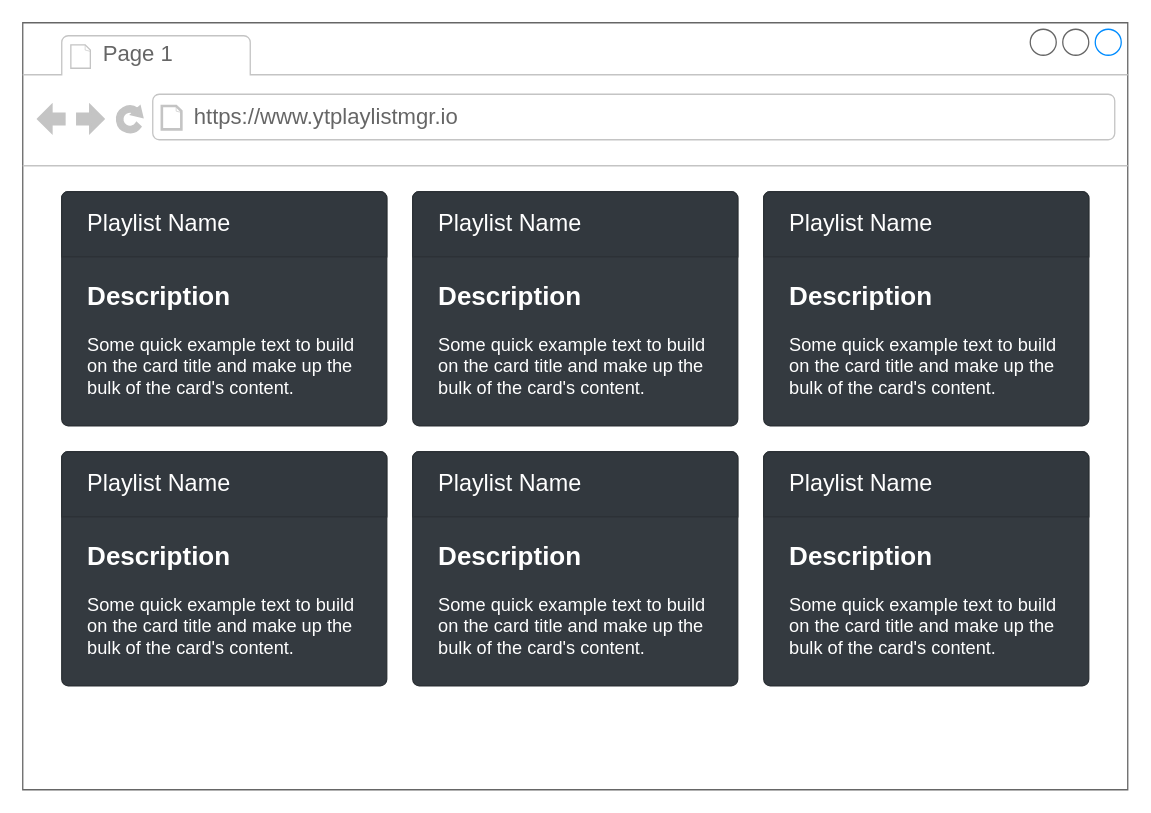
Above: page "Home" (1 of 2) of Untitled Diagram.drawio in surajsharma/Designs (draw.io), before the change. Source tidied: cells renumbered, new cells numbered last; positions are measured from the earlier drawing's top-left corner, leaving out a move shared by most shapes. Both pictures are drawn from the tidied source at 130%, with x=0, y=0 at pixel (22, 22).
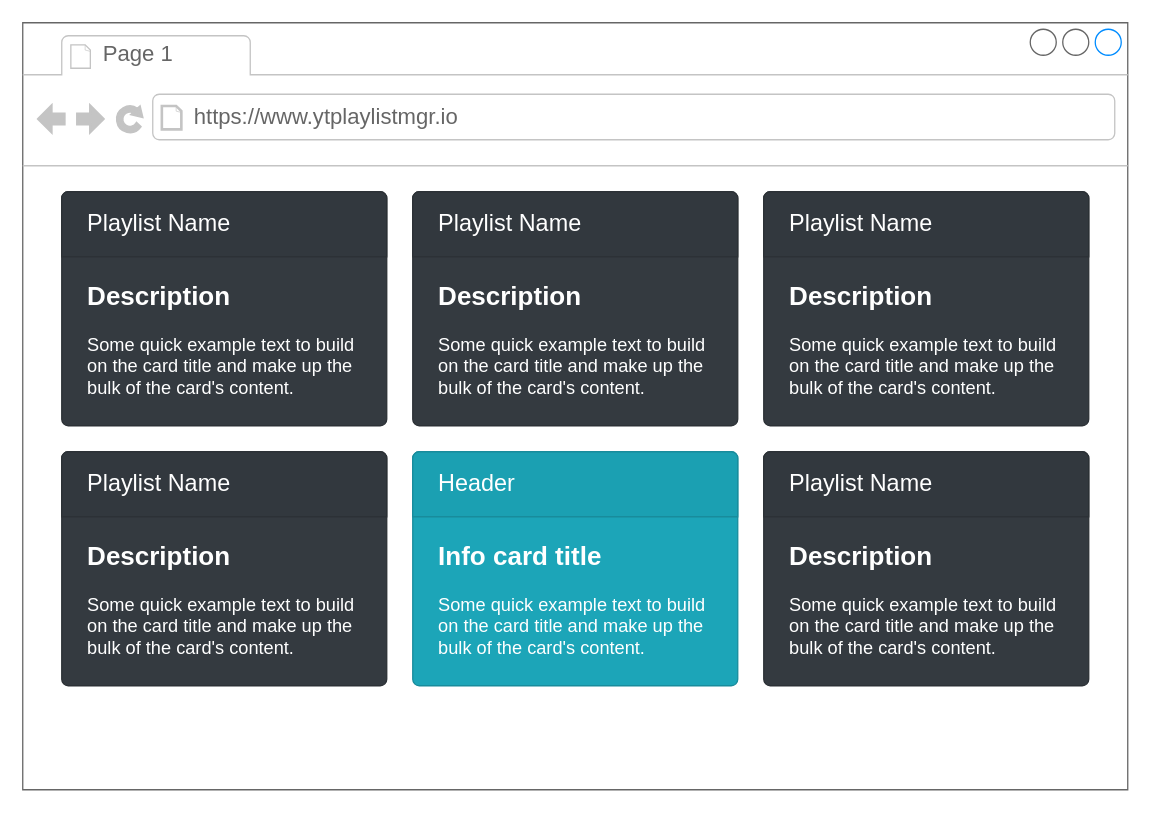
The same page after the edit.

Diff of the diagram source:
```diff
@@
 <mxGraphModel>
   <root>
     <mxCell id="0" />
     <mxCell id="1" parent="0" />
     <mxCell id="2" style="strokeWidth=1;shadow=0;dashed=0;align=center;html=1;shape=mxgraph.mockup.containers.browserWindow;rSize=0;strokeColor=#666666;strokeColor2=#008cff;strokeColor3=#c4c4c4;mainText=,;" parent="1" vertex="1">
       <mxGeometry width="850" height="590" as="geometry" />
     </mxCell>
     <mxCell id="3" value="Page 1" style="strokeWidth=1;shadow=0;dashed=0;align=center;html=1;shape=mxgraph.mockup.containers.anchor;fontSize=17;fontColor=#666666;align=left;" parent="2" vertex="1">
       <mxGeometry x="60" y="12" width="110" height="26" as="geometry" />
     </mxCell>
     <mxCell id="4" value="&lt;div&gt;https://www.ytplaylistmgr.io&lt;/div&gt;" style="strokeWidth=1;shadow=0;dashed=0;align=center;html=1;shape=mxgraph.mockup.containers.anchor;rSize=0;fontSize=17;fontColor=#666666;align=left;" parent="2" vertex="1">
       <mxGeometry x="130" y="60" width="250" height="26" as="geometry" />
     </mxCell>
     <mxCell id="5" value="&lt;b&gt;&lt;font style=&quot;font-size: 20px&quot;&gt;Description&lt;/font&gt;&lt;/b&gt;&lt;br style=&quot;font-size: 14px&quot;&gt;&lt;br style=&quot;font-size: 14px&quot;&gt;Some quick example text to build on the card title and make up the bulk of the card's content." style="html=1;shadow=0;dashed=0;shape=mxgraph.bootstrap.rrect;rSize=5;strokeColor=#2C3136;html=1;whiteSpace=wrap;fillColor=#343A40;fontColor=#ffffff;verticalAlign=bottom;align=left;spacing=20;spacingBottom=0;fontSize=14;" parent="2" vertex="1">
       <mxGeometry x="30" y="130" width="250" height="180" as="geometry" />
     </mxCell>
     <mxCell id="6" value="Playlist Name" style="html=1;shadow=0;dashed=0;shape=mxgraph.bootstrap.topButton;rSize=5;perimeter=none;whiteSpace=wrap;fillColor=#32383E;strokeColor=#2C3136;fontColor=#ffffff;fontSize=18;align=left;spacing=20;" parent="5" vertex="1">
       <mxGeometry width="250" height="50" relative="1" as="geometry" />
     </mxCell>
     <mxCell id="7" value="&lt;b&gt;&lt;font style=&quot;font-size: 20px&quot;&gt;Description&lt;/font&gt;&lt;/b&gt;&lt;br style=&quot;font-size: 14px&quot;&gt;&lt;br style=&quot;font-size: 14px&quot;&gt;Some quick example text to build on the card title and make up the bulk of the card's content." style="html=1;shadow=0;dashed=0;shape=mxgraph.bootstrap.rrect;rSize=5;strokeColor=#2C3136;html=1;whiteSpace=wrap;fillColor=#343A40;fontColor=#ffffff;verticalAlign=bottom;align=left;spacing=20;spacingBottom=0;fontSize=14;" parent="2" vertex="1">
       <mxGeometry x="300" y="130" width="250" height="180" as="geometry" />
     </mxCell>
     <mxCell id="8" value="Playlist Name" style="html=1;shadow=0;dashed=0;shape=mxgraph.bootstrap.topButton;rSize=5;perimeter=none;whiteSpace=wrap;fillColor=#32383E;strokeColor=#2C3136;fontColor=#ffffff;fontSize=18;align=left;spacing=20;" parent="7" vertex="1">
       <mxGeometry width="250" height="50" relative="1" as="geometry" />
     </mxCell>
     <mxCell id="9" value="&lt;b&gt;&lt;font style=&quot;font-size: 20px&quot;&gt;Description&lt;/font&gt;&lt;/b&gt;&lt;br style=&quot;font-size: 14px&quot;&gt;&lt;br style=&quot;font-size: 14px&quot;&gt;Some quick example text to build on the card title and make up the bulk of the card's content." style="html=1;shadow=0;dashed=0;shape=mxgraph.bootstrap.rrect;rSize=5;strokeColor=#2C3136;html=1;whiteSpace=wrap;fillColor=#343A40;fontColor=#ffffff;verticalAlign=bottom;align=left;spacing=20;spacingBottom=0;fontSize=14;" parent="2" vertex="1">
       <mxGeometry x="570" y="130" width="250" height="180" as="geometry" />
     </mxCell>
     <mxCell id="10" value="Playlist Name" style="html=1;shadow=0;dashed=0;shape=mxgraph.bootstrap.topButton;rSize=5;perimeter=none;whiteSpace=wrap;fillColor=#32383E;strokeColor=#2C3136;fontColor=#ffffff;fontSize=18;align=left;spacing=20;" parent="9" vertex="1">
       <mxGeometry width="250" height="50" relative="1" as="geometry" />
     </mxCell>
     <mxCell id="11" value="&lt;b&gt;&lt;font style=&quot;font-size: 20px&quot;&gt;Description&lt;/font&gt;&lt;/b&gt;&lt;br style=&quot;font-size: 14px&quot;&gt;&lt;br style=&quot;font-size: 14px&quot;&gt;Some quick example text to build on the card title and make up the bulk of the card's content." style="html=1;shadow=0;dashed=0;shape=mxgraph.bootstrap.rrect;rSize=5;strokeColor=#2C3136;html=1;whiteSpace=wrap;fillColor=#343A40;fontColor=#ffffff;verticalAlign=bottom;align=left;spacing=20;spacingBottom=0;fontSize=14;" parent="2" vertex="1">
       <mxGeometry x="30" y="330" width="250" height="180" as="geometry" />
     </mxCell>
     <mxCell id="12" value="Playlist Name" style="html=1;shadow=0;dashed=0;shape=mxgraph.bootstrap.topButton;rSize=5;perimeter=none;whiteSpace=wrap;fillColor=#32383E;strokeColor=#2C3136;fontColor=#ffffff;fontSize=18;align=left;spacing=20;" parent="11" vertex="1">
       <mxGeometry width="250" height="50" relative="1" as="geometry" />
     </mxCell>
-    <mxCell id="13" value="&lt;b&gt;&lt;font style=&quot;font-size: 20px&quot;&gt;Description&lt;/font&gt;&lt;/b&gt;&lt;br style=&quot;font-size: 14px&quot;&gt;&lt;br style=&quot;font-size: 14px&quot;&gt;Some quick example text to build on the card title and make up the bulk of the card's content." style="html=1;shadow=0;dashed=0;shape=mxgraph.bootstrap.rrect;rSize=5;strokeColor=#2C3136;html=1;whiteSpace=wrap;fillColor=#343A40;fontColor=#ffffff;verticalAlign=bottom;align=left;spacing=20;spacingBottom=0;fontSize=14;" parent="2" vertex="1">
-      <mxGeometry x="300" y="330" width="250" height="180" as="geometry" />
-    </mxCell>
-    <mxCell id="14" value="Playlist Name" style="html=1;shadow=0;dashed=0;shape=mxgraph.bootstrap.topButton;rSize=5;perimeter=none;whiteSpace=wrap;fillColor=#32383E;strokeColor=#2C3136;fontColor=#ffffff;fontSize=18;align=left;spacing=20;" parent="13" vertex="1">
-      <mxGeometry width="250" height="50" relative="1" as="geometry" />
-    </mxCell>
     <mxCell id="15" value="&lt;b&gt;&lt;font style=&quot;font-size: 20px&quot;&gt;Description&lt;/font&gt;&lt;/b&gt;&lt;br style=&quot;font-size: 14px&quot;&gt;&lt;br style=&quot;font-size: 14px&quot;&gt;Some quick example text to build on the card title and make up the bulk of the card's content." style="html=1;shadow=0;dashed=0;shape=mxgraph.bootstrap.rrect;rSize=5;strokeColor=#2C3136;html=1;whiteSpace=wrap;fillColor=#343A40;fontColor=#ffffff;verticalAlign=bottom;align=left;spacing=20;spacingBottom=0;fontSize=14;" parent="2" vertex="1">
       <mxGeometry x="570" y="330" width="250" height="180" as="geometry" />
     </mxCell>
     <mxCell id="16" value="Playlist Name" style="html=1;shadow=0;dashed=0;shape=mxgraph.bootstrap.topButton;rSize=5;perimeter=none;whiteSpace=wrap;fillColor=#32383E;strokeColor=#2C3136;fontColor=#ffffff;fontSize=18;align=left;spacing=20;" parent="15" vertex="1">
       <mxGeometry width="250" height="50" relative="1" as="geometry" />
     </mxCell>
+    <mxCell id="17" value="&lt;b&gt;&lt;font style=&quot;font-size: 20px&quot;&gt;Info card title&lt;/font&gt;&lt;/b&gt;&lt;br style=&quot;font-size: 14px&quot;&gt;&lt;br style=&quot;font-size: 14px&quot;&gt;Some quick example text to build on the card title and make up the bulk of the card's content." style="html=1;shadow=0;dashed=0;shape=mxgraph.bootstrap.rrect;rSize=5;strokeColor=#188C9C;html=1;whiteSpace=wrap;fillColor=#1CA5B8;fontColor=#ffffff;verticalAlign=bottom;align=left;spacing=20;spacingBottom=0;fontSize=14;" parent="2" vertex="1">
+      <mxGeometry x="300" y="330" width="250" height="180" as="geometry" />
+    </mxCell>
+    <mxCell id="18" value="Header" style="html=1;shadow=0;dashed=0;shape=mxgraph.bootstrap.topButton;rSize=5;perimeter=none;whiteSpace=wrap;fillColor=#1BA0B2;strokeColor=#188C9C;fontColor=#ffffff;fontSize=18;align=left;spacing=20;" parent="17" vertex="1">
+      <mxGeometry width="250" height="50" relative="1" as="geometry" />
+    </mxCell>
   </root>
 </mxGraphModel>
```
